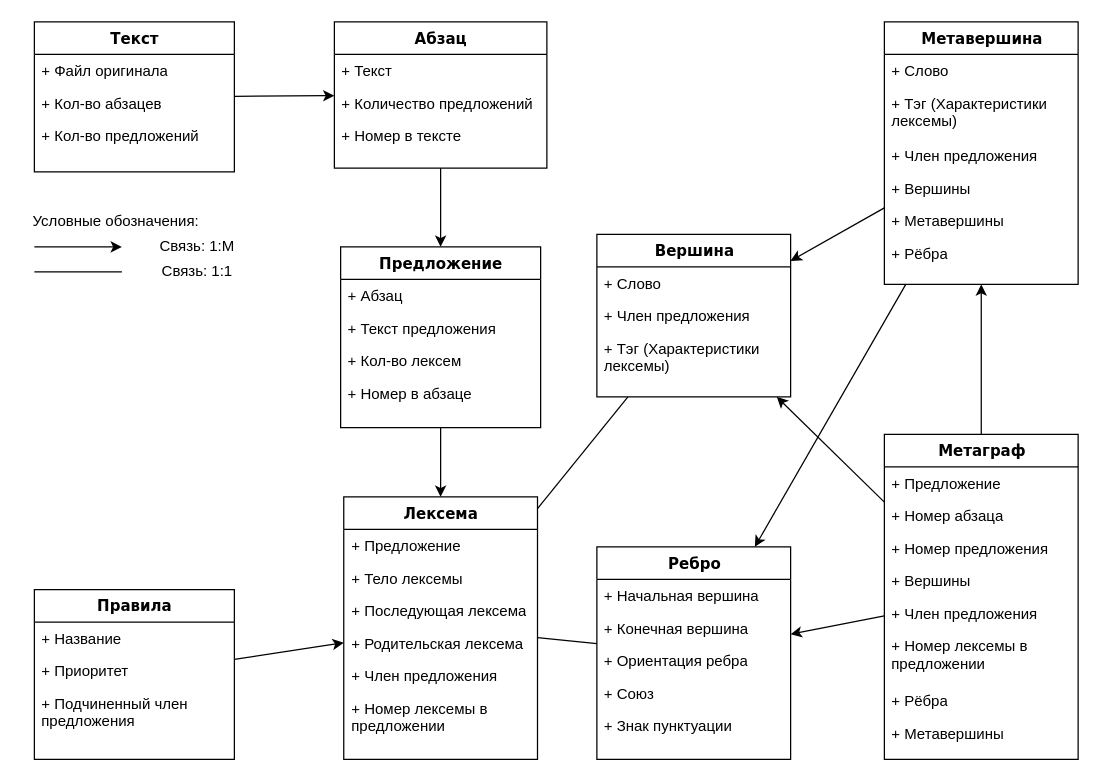
Above: page "Page-4" (5 of 5) of lab4.drawio in DMfananddu/Computing-Facilities-AIPCS (draw.io), before the change. Source tidied: cells renumbered, new cells numbered last; positions are measured from the earlier drawing's top-left corner, leaving out a move shared by most shapes. Both pictures are drawn from the tidied source at 125%, with x=0, y=0 at pixel (21, 21).
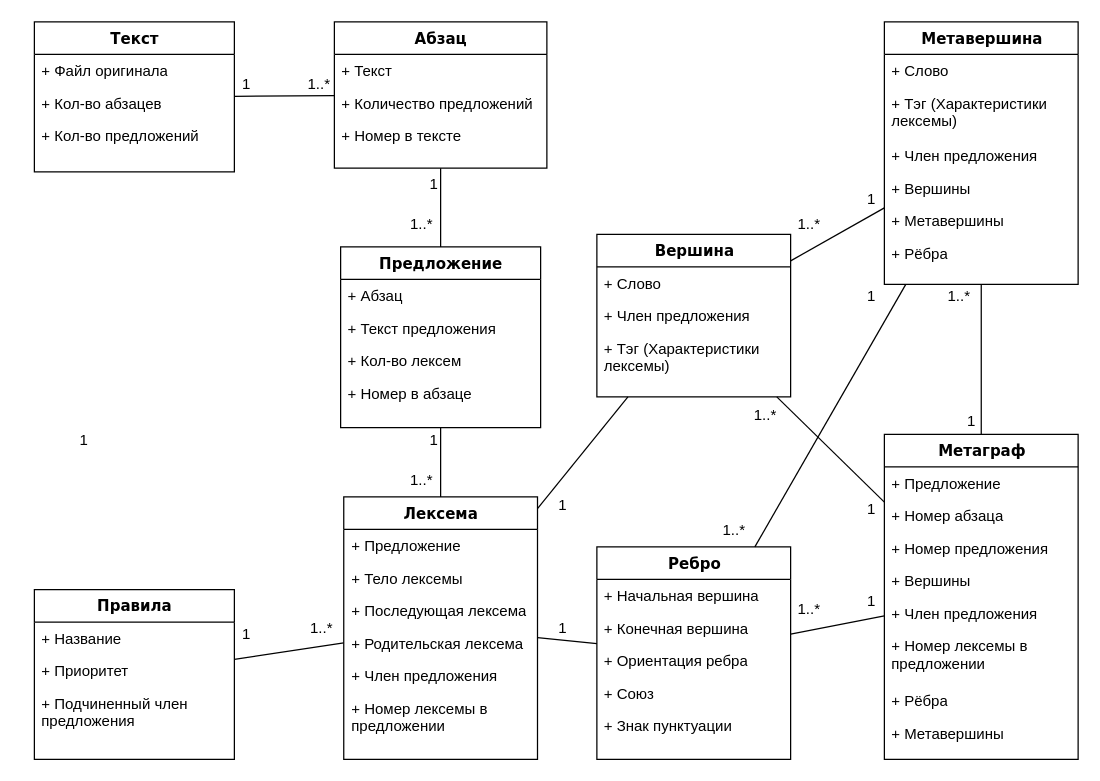
Above is the later version.

Unchanged cells that the change refers to:
```xml
<mxCell id="2" value="Предложение" style="swimlane;html=1;fontStyle=1;align=center;verticalAlign=top;horizontal=1;startSize=26;swimlaneFillColor=#ffffff;rounded=0;shadow=0;comic=0;labelBackgroundColor=none;strokeWidth=1;fillColor=none;fontFamily=Verdana;fontSize=12;" parent="1" vertex="1">
  <mxGeometry x="255" y="180" width="160" height="144.5" as="geometry" />
</mxCell>
<mxCell id="7" value="Абзац" style="swimlane;html=1;fontStyle=1;align=center;verticalAlign=top;horizontal=1;startSize=26;swimlaneFillColor=#ffffff;rounded=0;shadow=0;comic=0;labelBackgroundColor=none;strokeWidth=1;fillColor=none;fontFamily=Verdana;fontSize=12;" parent="1" vertex="1">
  <mxGeometry x="250" width="170" height="117" as="geometry" />
</mxCell>
<mxCell id="14" value="Правила" style="swimlane;html=1;fontStyle=1;align=center;verticalAlign=top;horizontal=1;startSize=26;swimlaneFillColor=#ffffff;rounded=0;shadow=0;comic=0;labelBackgroundColor=none;strokeWidth=1;fillColor=none;fontFamily=Verdana;fontSize=12;" parent="1" vertex="1">
  <mxGeometry x="10" y="454.2" width="160" height="135.8" as="geometry" />
</mxCell>
<mxCell id="18" value="Текст" style="swimlane;html=1;fontStyle=1;align=center;verticalAlign=top;horizontal=1;startSize=26;swimlaneFillColor=#ffffff;rounded=0;shadow=0;comic=0;labelBackgroundColor=none;strokeWidth=1;fillColor=none;fontFamily=Verdana;fontSize=12;" parent="1" vertex="1">
  <mxGeometry x="10" width="160" height="120" as="geometry" />
</mxCell>
<mxCell id="22" value="Лексема" style="swimlane;html=1;fontStyle=1;align=center;verticalAlign=top;horizontal=1;startSize=26;swimlaneFillColor=#ffffff;rounded=0;shadow=0;comic=0;labelBackgroundColor=none;strokeWidth=1;fillColor=none;fontFamily=Verdana;fontSize=12;" parent="1" vertex="1">
  <mxGeometry x="257.5" y="380" width="155" height="210" as="geometry" />
</mxCell>
<mxCell id="30" value="Метаграф" style="swimlane;html=1;fontStyle=1;align=center;verticalAlign=top;horizontal=1;startSize=26;swimlaneFillColor=#ffffff;rounded=0;shadow=0;comic=0;labelBackgroundColor=none;strokeWidth=1;fillColor=none;fontFamily=Verdana;fontSize=12;" parent="1" vertex="1">
  <mxGeometry x="690" y="330" width="155" height="260" as="geometry" />
</mxCell>
<mxCell id="39" value="Вершина" style="swimlane;html=1;fontStyle=1;align=center;verticalAlign=top;horizontal=1;startSize=26;swimlaneFillColor=#ffffff;rounded=0;shadow=0;comic=0;labelBackgroundColor=none;strokeWidth=1;fillColor=none;fontFamily=Verdana;fontSize=12;" parent="1" vertex="1">
  <mxGeometry x="460" y="170" width="155" height="130" as="geometry" />
</mxCell>
<mxCell id="43" value="Метавершина" style="swimlane;html=1;fontStyle=1;align=center;verticalAlign=top;horizontal=1;startSize=26;swimlaneFillColor=#ffffff;rounded=0;shadow=0;comic=0;labelBackgroundColor=none;strokeWidth=1;fillColor=none;fontFamily=Verdana;fontSize=12;" parent="1" vertex="1">
  <mxGeometry x="690" width="155" height="210" as="geometry" />
</mxCell>
<mxCell id="50" value="Ребро" style="swimlane;html=1;fontStyle=1;align=center;verticalAlign=top;horizontal=1;startSize=26;swimlaneFillColor=#ffffff;rounded=0;shadow=0;comic=0;labelBackgroundColor=none;strokeWidth=1;fillColor=none;fontFamily=Verdana;fontSize=12;" parent="1" vertex="1">
  <mxGeometry x="460" y="420" width="155" height="170" as="geometry" />
</mxCell>
```

The edit, as a diff of the source:
```diff
@@
-    <mxCell id="11" style="rounded=0;jettySize=auto;html=1;endArrow=classic;endFill=1;startArrow=none;startFill=0;" parent="1" edge="1" source="7" target="2">
+    <mxCell id="11" style="rounded=0;jettySize=auto;html=1;endArrow=none;endFill=0;startArrow=none;startFill=0;" parent="1" edge="1" source="7" target="2">
       <mxGeometry relative="1" as="geometry" />
     </mxCell>
-    <mxCell id="12" style="edgeStyle=none;rounded=0;jettySize=auto;html=1;endArrow=classic;endFill=1;" parent="1" edge="1" source="14" target="22">
+    <mxCell id="12" style="edgeStyle=none;rounded=0;jettySize=auto;html=1;endArrow=none;endFill=0;" parent="1" edge="1" source="14" target="22">
       <mxGeometry relative="1" as="geometry" />
     </mxCell>
-    <mxCell id="13" style="edgeStyle=none;rounded=0;jettySize=auto;html=1;endArrow=classic;endFill=1;startArrow=none;startFill=0;" parent="1" edge="1" source="18" target="7">
+    <mxCell id="13" style="edgeStyle=none;rounded=0;jettySize=auto;html=1;endArrow=none;endFill=0;startArrow=none;startFill=0;" parent="1" edge="1" source="18" target="7">
       <mxGeometry relative="1" as="geometry" />
     </mxCell>
@@
-    <mxCell id="29" style="edgeStyle=none;rounded=0;jettySize=auto;html=1;endArrow=classic;endFill=1;" parent="1" edge="1" source="2" target="22">
+    <mxCell id="29" style="edgeStyle=none;rounded=0;jettySize=auto;html=1;endArrow=none;endFill=0;" parent="1" edge="1" source="2" target="22">
       <mxGeometry relative="1" as="geometry" />
     </mxCell>
@@
-    <mxCell id="58" style="edgeStyle=none;rounded=0;jettySize=auto;html=1;endArrow=classic;endFill=1;" parent="1" edge="1" source="30" target="50">
+    <mxCell id="58" style="edgeStyle=none;rounded=0;jettySize=auto;html=1;endArrow=none;endFill=0;" parent="1" edge="1" source="30" target="50">
       <mxGeometry relative="1" as="geometry" />
     </mxCell>
-    <mxCell id="59" style="edgeStyle=none;rounded=0;jettySize=auto;html=1;endArrow=classic;endFill=1;" parent="1" edge="1" source="30" target="39">
+    <mxCell id="59" style="edgeStyle=none;rounded=0;jettySize=auto;html=1;endArrow=none;endFill=0;" parent="1" edge="1" source="30" target="39">
       <mxGeometry relative="1" as="geometry" />
     </mxCell>
-    <mxCell id="60" style="edgeStyle=none;rounded=0;jettySize=auto;html=1;endArrow=classic;endFill=1;" parent="1" edge="1" source="30" target="43">
+    <mxCell id="60" style="edgeStyle=none;rounded=0;jettySize=auto;html=1;endArrow=none;endFill=0;" parent="1" edge="1" source="30" target="43">
       <mxGeometry relative="1" as="geometry" />
     </mxCell>
-    <mxCell id="61" style="edgeStyle=none;rounded=0;jettySize=auto;html=1;endArrow=classic;endFill=1;" parent="1" edge="1" source="43" target="50">
+    <mxCell id="61" style="edgeStyle=none;rounded=0;jettySize=auto;html=1;endArrow=none;endFill=0;" parent="1" edge="1" source="43" target="50">
       <mxGeometry relative="1" as="geometry" />
     </mxCell>
-    <mxCell id="62" style="edgeStyle=none;rounded=0;jettySize=auto;html=1;endArrow=classic;endFill=1;" parent="1" edge="1" source="43" target="39">
+    <mxCell id="62" style="edgeStyle=none;rounded=0;jettySize=auto;html=1;endArrow=none;endFill=0;" parent="1" edge="1" source="43" target="39">
       <mxGeometry relative="1" as="geometry" />
     </mxCell>
-    <mxCell id="63" style="endArrow=classic;html=1;" parent="1" edge="1">
-      <mxGeometry relative="1" as="geometry">
-        <mxPoint x="10" y="180" as="sourcePoint" />
-        <mxPoint x="80" y="180" as="targetPoint" />
-      </mxGeometry>
-    </mxCell>
-    <mxCell id="64" value="Связь: 1:М" style="text;html=1;align=center;verticalAlign=middle;" parent="1" vertex="1">
-      <mxGeometry x="100" y="170" width="80" height="20" as="geometry" />
-    </mxCell>
-    <mxCell id="65" value="Условные обозначения:" style="text;html=1;align=center;verticalAlign=middle;" parent="1" vertex="1">
-      <mxGeometry y="150" width="150" height="20" as="geometry" />
-    </mxCell>
-    <mxCell id="66" style="endArrow=none;html=1;endFill=0;" parent="1" edge="1">
-      <mxGeometry relative="1" as="geometry">
-        <mxPoint x="10" y="200" as="sourcePoint" />
-        <mxPoint x="80" y="200" as="targetPoint" />
-      </mxGeometry>
-    </mxCell>
-    <mxCell id="67" value="Связь: 1:1" style="text;html=1;align=center;verticalAlign=middle;" parent="1" vertex="1">
-      <mxGeometry x="105" y="190" width="70" height="20" as="geometry" />
-    </mxCell>
+    <mxCell id="68" value="1" style="text;html=1;strokeColor=none;fillColor=none;align=center;verticalAlign=middle;whiteSpace=wrap;rounded=0;" parent="1" vertex="1">
+      <mxGeometry x="160" y="40" width="40" height="20" as="geometry" />
+    </mxCell>
+    <mxCell id="69" value="1..*" style="text;html=1;strokeColor=none;fillColor=none;align=center;verticalAlign=middle;whiteSpace=wrap;rounded=0;" parent="1" vertex="1">
+      <mxGeometry x="218" y="40" width="40" height="20" as="geometry" />
+    </mxCell>
+    <mxCell id="70" value="1" style="text;html=1;strokeColor=none;fillColor=none;align=center;verticalAlign=middle;whiteSpace=wrap;rounded=0;" parent="1" vertex="1">
+      <mxGeometry x="310" y="120" width="40" height="20" as="geometry" />
+    </mxCell>
+    <mxCell id="71" value="1..*" style="text;html=1;strokeColor=none;fillColor=none;align=center;verticalAlign=middle;whiteSpace=wrap;rounded=0;" parent="1" vertex="1">
+      <mxGeometry x="300" y="152" width="40" height="20" as="geometry" />
+    </mxCell>
+    <mxCell id="72" value="1" style="text;html=1;strokeColor=none;fillColor=none;align=center;verticalAlign=middle;whiteSpace=wrap;rounded=0;" parent="1" vertex="1">
+      <mxGeometry x="310" y="324.5" width="40" height="20" as="geometry" />
+    </mxCell>
+    <mxCell id="73" value="1..*" style="text;html=1;strokeColor=none;fillColor=none;align=center;verticalAlign=middle;whiteSpace=wrap;rounded=0;" parent="1" vertex="1">
+      <mxGeometry x="300" y="356.5" width="40" height="20" as="geometry" />
+    </mxCell>
+    <mxCell id="74" value="1..*" style="text;html=1;strokeColor=none;fillColor=none;align=center;verticalAlign=middle;whiteSpace=wrap;rounded=0;" parent="1" vertex="1">
+      <mxGeometry x="220" y="475" width="40" height="20" as="geometry" />
+    </mxCell>
+    <mxCell id="75" value="1" style="text;html=1;strokeColor=none;fillColor=none;align=center;verticalAlign=middle;whiteSpace=wrap;rounded=0;" parent="1" vertex="1">
+      <mxGeometry x="30" y="324.5" width="40" height="20" as="geometry" />
+    </mxCell>
+    <mxCell id="76" value="1..*" style="text;html=1;strokeColor=none;fillColor=none;align=center;verticalAlign=middle;whiteSpace=wrap;rounded=0;" parent="1" vertex="1">
+      <mxGeometry x="610" y="460" width="40" height="20" as="geometry" />
+    </mxCell>
+    <mxCell id="77" value="1" style="text;html=1;strokeColor=none;fillColor=none;align=center;verticalAlign=middle;whiteSpace=wrap;rounded=0;" parent="1" vertex="1">
+      <mxGeometry x="160" y="480" width="40" height="20" as="geometry" />
+    </mxCell>
+    <mxCell id="78" value="1" style="text;html=1;strokeColor=none;fillColor=none;align=center;verticalAlign=middle;whiteSpace=wrap;rounded=0;" parent="1" vertex="1">
+      <mxGeometry x="412.5" y="475" width="40" height="20" as="geometry" />
+    </mxCell>
+    <mxCell id="79" value="1" style="text;html=1;strokeColor=none;fillColor=none;align=center;verticalAlign=middle;whiteSpace=wrap;rounded=0;" parent="1" vertex="1">
+      <mxGeometry x="412.5" y="376.5" width="40" height="20" as="geometry" />
+    </mxCell>
+    <mxCell id="80" value="1" style="text;html=1;strokeColor=none;fillColor=none;align=center;verticalAlign=middle;whiteSpace=wrap;rounded=0;" parent="1" vertex="1">
+      <mxGeometry x="660" y="132" width="40" height="20" as="geometry" />
+    </mxCell>
+    <mxCell id="81" value="1" style="text;html=1;strokeColor=none;fillColor=none;align=center;verticalAlign=middle;whiteSpace=wrap;rounded=0;" parent="1" vertex="1">
+      <mxGeometry x="660" y="380" width="40" height="20" as="geometry" />
+    </mxCell>
+    <mxCell id="82" value="1" style="text;html=1;strokeColor=none;fillColor=none;align=center;verticalAlign=middle;whiteSpace=wrap;rounded=0;" parent="1" vertex="1">
+      <mxGeometry x="740" y="310" width="40" height="20" as="geometry" />
+    </mxCell>
+    <mxCell id="83" value="1" style="text;html=1;strokeColor=none;fillColor=none;align=center;verticalAlign=middle;whiteSpace=wrap;rounded=0;" parent="1" vertex="1">
+      <mxGeometry x="660" y="454.2" width="40" height="20" as="geometry" />
+    </mxCell>
+    <mxCell id="84" value="1" style="text;html=1;strokeColor=none;fillColor=none;align=center;verticalAlign=middle;whiteSpace=wrap;rounded=0;" parent="1" vertex="1">
+      <mxGeometry x="660" y="210" width="40" height="20" as="geometry" />
+    </mxCell>
+    <mxCell id="85" value="1..*" style="text;html=1;strokeColor=none;fillColor=none;align=center;verticalAlign=middle;whiteSpace=wrap;rounded=0;" parent="1" vertex="1">
+      <mxGeometry x="550" y="396.5" width="40" height="20" as="geometry" />
+    </mxCell>
+    <mxCell id="86" value="1..*" style="text;html=1;strokeColor=none;fillColor=none;align=center;verticalAlign=middle;whiteSpace=wrap;rounded=0;" parent="1" vertex="1">
+      <mxGeometry x="575" y="304.5" width="40" height="20" as="geometry" />
+    </mxCell>
+    <mxCell id="87" value="1..*" style="text;html=1;strokeColor=none;fillColor=none;align=center;verticalAlign=middle;whiteSpace=wrap;rounded=0;" parent="1" vertex="1">
+      <mxGeometry x="610" y="152" width="40" height="20" as="geometry" />
+    </mxCell>
+    <mxCell id="88" value="1..*" style="text;html=1;strokeColor=none;fillColor=none;align=center;verticalAlign=middle;whiteSpace=wrap;rounded=0;" parent="1" vertex="1">
+      <mxGeometry x="730" y="210" width="40" height="20" as="geometry" />
+    </mxCell>
```
